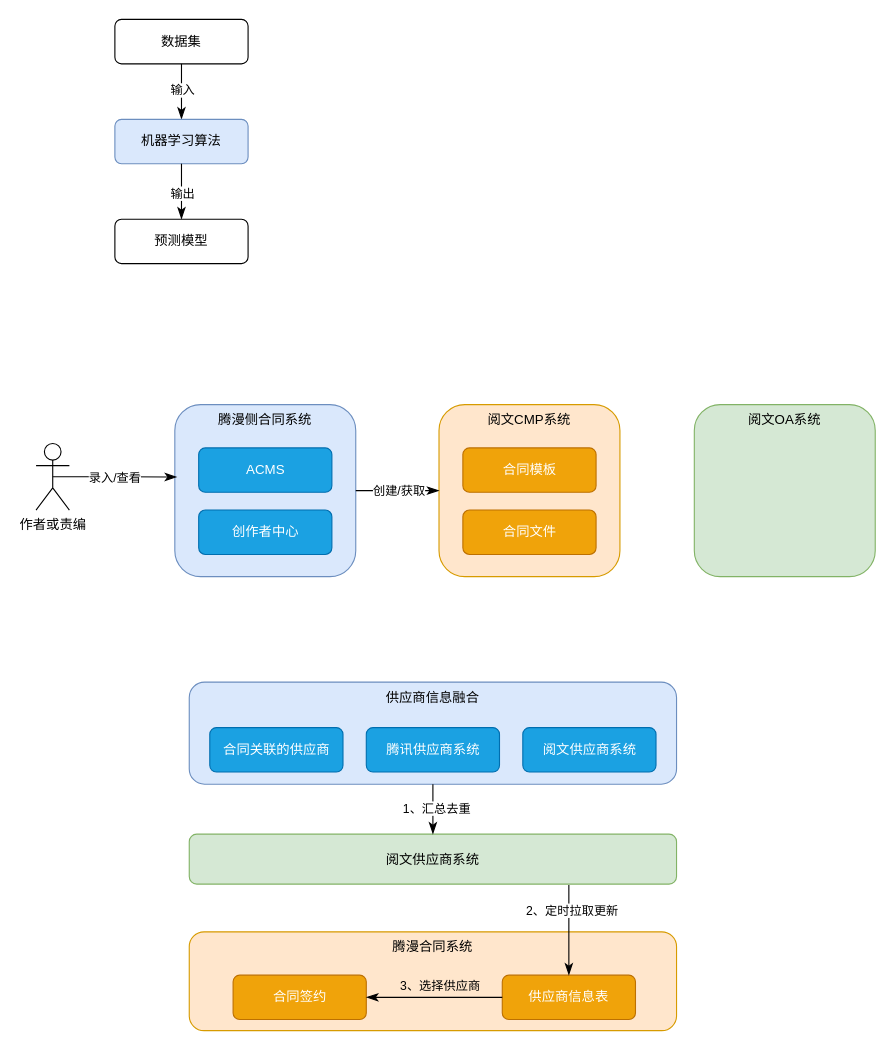
chenbei1989/draw keeps this draw.io diagram as ML.drawio. Above is the earlier version. Source tidied: cells renumbered, new cells numbered last; positions are measured from the earlier drawing's top-left corner, leaving out a move shared by most shapes. Both pictures are drawn from the tidied source at 111%, with x=0, y=0 at pixel (36, 19).
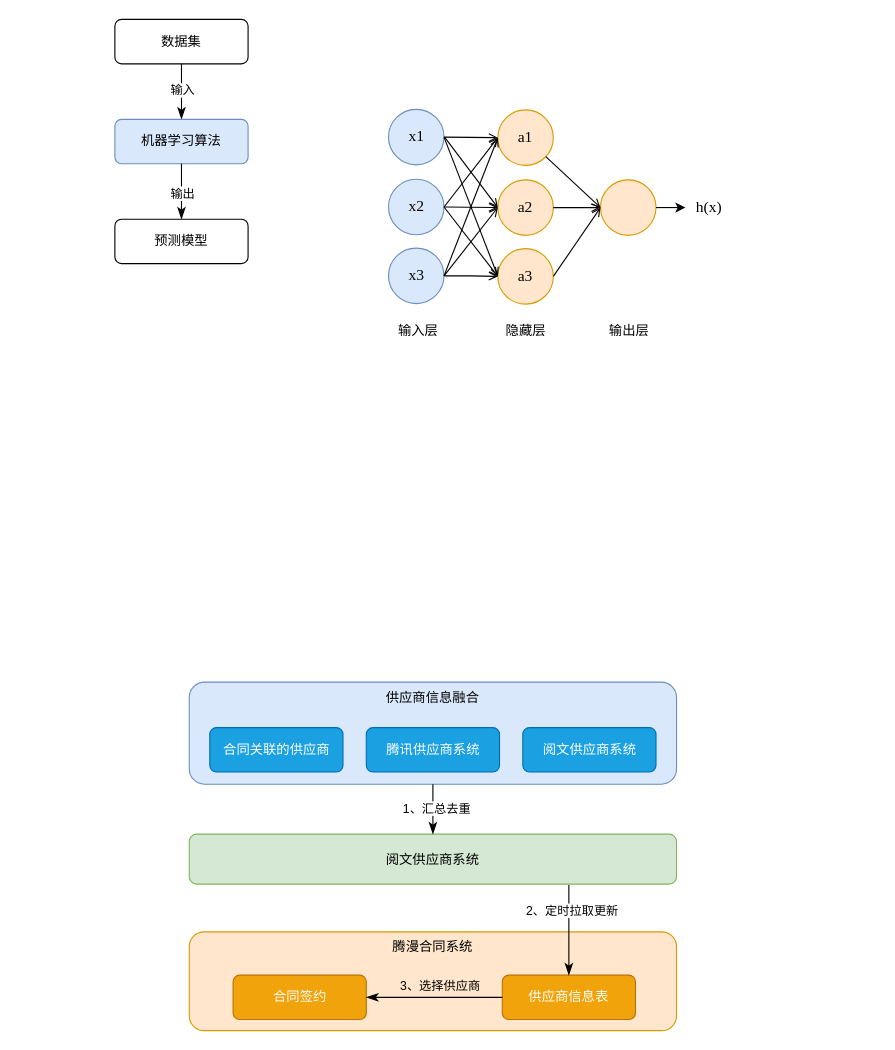
The same page after the edit.

Change to the diagram source:
```diff
@@
-    <mxCell id="9" value="作者或责编" style="shape=umlActor;verticalLabelPosition=bottom;verticalAlign=top;html=1;outlineConnect=0;" parent="1" vertex="1">
-      <mxGeometry y="382" width="30" height="60" as="geometry" />
-    </mxCell>
-    <mxCell id="10" value="腾漫侧合同系统" style="rounded=1;whiteSpace=wrap;html=1;fontSize=12;glass=0;strokeWidth=1;shadow=0;fillColor=#dae8fc;strokeColor=#6c8ebf;verticalAlign=top;" parent="1" vertex="1">
-      <mxGeometry x="125" y="347" width="163" height="155" as="geometry" />
-    </mxCell>
-    <mxCell id="11" value="ACMS" style="rounded=1;whiteSpace=wrap;html=1;fontSize=12;glass=0;strokeWidth=1;shadow=0;fillColor=#1ba1e2;strokeColor=#006EAF;fontColor=#ffffff;" parent="1" vertex="1">
-      <mxGeometry x="146.5" y="386" width="120" height="40" as="geometry" />
-    </mxCell>
-    <mxCell id="12" value="创作者中心" style="rounded=1;whiteSpace=wrap;html=1;fontSize=12;glass=0;strokeWidth=1;shadow=0;fillColor=#1ba1e2;strokeColor=#006EAF;fontColor=#ffffff;" parent="1" vertex="1">
-      <mxGeometry x="146.5" y="442" width="120" height="40" as="geometry" />
-    </mxCell>
-    <mxCell id="13" style="rounded=0;html=1;jettySize=auto;fontSize=11;endArrow=classicThin;endFill=1;endSize=8;strokeWidth=1;shadow=0;labelBackgroundColor=none;edgeStyle=orthogonalEdgeStyle;exitX=0.5;exitY=0.5;exitDx=0;exitDy=0;exitPerimeter=0;entryX=0.011;entryY=0.421;entryDx=0;entryDy=0;entryPerimeter=0;" parent="1" edge="1" source="9" target="10">
-      <mxGeometry y="20" relative="1" as="geometry" />
-    </mxCell>
-    <mxCell id="14" value="录入/查看" style="edgeLabel;html=1;align=center;verticalAlign=middle;" parent="13" vertex="1">
-      <mxGeometry x="-0.08" relative="1" as="geometry">
-        <mxPoint x="3" as="offset" />
-      </mxGeometry>
-    </mxCell>
-    <mxCell id="15" value="阅文CMP系统" style="rounded=1;whiteSpace=wrap;html=1;fontSize=12;glass=0;strokeWidth=1;shadow=0;fillColor=#ffe6cc;strokeColor=#d79b00;verticalAlign=top;" parent="1" vertex="1">
-      <mxGeometry x="363" y="347" width="163" height="155" as="geometry" />
-    </mxCell>
-    <mxCell id="16" style="rounded=0;html=1;jettySize=auto;fontSize=11;endArrow=classicThin;endFill=1;endSize=8;strokeWidth=1;shadow=0;labelBackgroundColor=none;edgeStyle=orthogonalEdgeStyle;" parent="1" edge="1" source="10" target="15">
-      <mxGeometry y="20" relative="1" as="geometry" />
-    </mxCell>
-    <mxCell id="17" value="创建/获取" style="edgeLabel;html=1;align=center;verticalAlign=middle;" parent="16" vertex="1">
-      <mxGeometry x="-0.08" relative="1" as="geometry">
-        <mxPoint x="3" as="offset" />
-      </mxGeometry>
-    </mxCell>
-    <mxCell id="18" value="合同模板" style="rounded=1;whiteSpace=wrap;html=1;fontSize=12;glass=0;strokeWidth=1;shadow=0;fillColor=#f0a30a;strokeColor=#BD7000;fontColor=#FFFFFF;" parent="1" vertex="1">
-      <mxGeometry x="384.5" y="386" width="120" height="40" as="geometry" />
-    </mxCell>
-    <mxCell id="19" value="合同文件" style="rounded=1;whiteSpace=wrap;html=1;fontSize=12;glass=0;strokeWidth=1;shadow=0;fillColor=#f0a30a;strokeColor=#BD7000;fontColor=#FFFFFF;" parent="1" vertex="1">
-      <mxGeometry x="384.5" y="442" width="120" height="40" as="geometry" />
-    </mxCell>
-    <mxCell id="20" value="阅文OA系统" style="rounded=1;whiteSpace=wrap;html=1;fontSize=12;glass=0;strokeWidth=1;shadow=0;fillColor=#d5e8d4;strokeColor=#82b366;verticalAlign=top;" parent="1" vertex="1">
-      <mxGeometry x="593" y="347" width="163" height="155" as="geometry" />
-    </mxCell>
@@
+    <mxCell id="35" value="&lt;font style=&quot;font-size: 14px;&quot;&gt;x1&lt;/font&gt;" style="ellipse;whiteSpace=wrap;html=1;fontFamily=Times New Roman;fillColor=#dae8fc;strokeColor=#6c8ebf;fontSize=14;" parent="1" vertex="1">
+      <mxGeometry x="317.5" y="81" width="50" height="50" as="geometry" />
+    </mxCell>
+    <mxCell id="36" value="&lt;font style=&quot;font-size: 14px;&quot;&gt;x2&lt;/font&gt;" style="ellipse;whiteSpace=wrap;html=1;fontFamily=Times New Roman;fillColor=#dae8fc;strokeColor=#6c8ebf;fontSize=14;" parent="1" vertex="1">
+      <mxGeometry x="317.5" y="144" width="50" height="50" as="geometry" />
+    </mxCell>
+    <mxCell id="37" style="edgeStyle=orthogonalEdgeStyle;rounded=0;jettySize=auto;html=1;endArrow=open;endFill=0;" parent="1" edge="1" source="38" target="41">
+      <mxGeometry relative="1" as="geometry" />
+    </mxCell>
+    <mxCell id="38" value="&lt;font style=&quot;font-size: 14px;&quot;&gt;x3&lt;/font&gt;" style="ellipse;whiteSpace=wrap;html=1;fontFamily=Times New Roman;fillColor=#dae8fc;strokeColor=#6c8ebf;fontSize=14;" parent="1" vertex="1">
+      <mxGeometry x="317.5" y="206" width="50" height="50" as="geometry" />
+    </mxCell>
+    <mxCell id="39" value="&lt;font style=&quot;font-size: 14px;&quot;&gt;a1&lt;/font&gt;" style="ellipse;whiteSpace=wrap;html=1;fontFamily=Times New Roman;fillColor=#ffe6cc;strokeColor=#d79b00;fontSize=14;" parent="1" vertex="1">
+      <mxGeometry x="416" y="81.5" width="50" height="50" as="geometry" />
+    </mxCell>
+    <mxCell id="40" value="a2" style="ellipse;whiteSpace=wrap;html=1;fontFamily=Times New Roman;fillColor=#ffe6cc;strokeColor=#d79b00;fontSize=14;" parent="1" vertex="1">
+      <mxGeometry x="416" y="144.5" width="50" height="50" as="geometry" />
+    </mxCell>
+    <mxCell id="41" value="a3" style="ellipse;whiteSpace=wrap;html=1;fontFamily=Times New Roman;fillColor=#ffe6cc;strokeColor=#d79b00;fontSize=14;" parent="1" vertex="1">
+      <mxGeometry x="416" y="206.5" width="50" height="50" as="geometry" />
+    </mxCell>
+    <mxCell id="42" style="ellipse;whiteSpace=wrap;html=1;fontFamily=Times New Roman;fillColor=#ffe6cc;strokeColor=#d79b00;fontSize=14;" parent="1" vertex="1">
+      <mxGeometry x="508.5" y="144.5" width="50" height="50" as="geometry" />
+    </mxCell>
+    <mxCell id="43" value="h(x)" style="text;html=1;align=center;verticalAlign=middle;points=[];strokeColor=none;fillColor=none;fontFamily=Times New Roman;fontSize=14;" parent="1" vertex="1">
+      <mxGeometry x="585" y="155" width="41" height="29" as="geometry" />
+    </mxCell>
+    <mxCell id="44" style="endArrow=classic;html=1;rounded=0;" parent="1" edge="1" source="42" target="43">
+      <mxGeometry relative="1" as="geometry" />
+    </mxCell>
+    <mxCell id="45" style="endArrow=open;html=1;rounded=0;entryX=0;entryY=0.5;entryDx=0;entryDy=0;exitX=1;exitY=0.5;exitDx=0;exitDy=0;endFill=0;" parent="1" edge="1" source="35" target="39">
+      <mxGeometry relative="1" as="geometry" />
+    </mxCell>
+    <mxCell id="46" style="endArrow=open;html=1;rounded=0;entryX=0;entryY=0.5;entryDx=0;entryDy=0;endFill=0;" parent="1" edge="1" target="40">
+      <mxGeometry relative="1" as="geometry">
+        <mxPoint x="368" y="106" as="sourcePoint" />
+      </mxGeometry>
+    </mxCell>
+    <mxCell id="47" style="endArrow=open;html=1;rounded=0;exitX=1;exitY=0.5;exitDx=0;exitDy=0;entryX=0;entryY=0.5;entryDx=0;entryDy=0;endFill=0;" parent="1" edge="1" source="35" target="41">
+      <mxGeometry relative="1" as="geometry" />
+    </mxCell>
+    <mxCell id="48" style="endArrow=open;html=1;rounded=0;exitX=1;exitY=0.5;exitDx=0;exitDy=0;entryX=0;entryY=0.5;entryDx=0;entryDy=0;endFill=0;" parent="1" edge="1" source="36" target="39">
+      <mxGeometry relative="1" as="geometry" />
+    </mxCell>
+    <mxCell id="49" style="endArrow=open;html=1;rounded=0;endFill=0;" parent="1" edge="1" source="36" target="40">
+      <mxGeometry relative="1" as="geometry" />
+    </mxCell>
+    <mxCell id="50" style="endArrow=open;html=1;rounded=0;exitX=1;exitY=0.5;exitDx=0;exitDy=0;entryX=0;entryY=0.5;entryDx=0;entryDy=0;endFill=0;" parent="1" edge="1" source="36" target="41">
+      <mxGeometry relative="1" as="geometry" />
+    </mxCell>
+    <mxCell id="51" style="endArrow=open;html=1;rounded=0;exitX=1;exitY=0.5;exitDx=0;exitDy=0;entryX=0;entryY=0.5;entryDx=0;entryDy=0;endFill=0;" parent="1" edge="1" source="38" target="40">
+      <mxGeometry relative="1" as="geometry" />
+    </mxCell>
+    <mxCell id="52" style="endArrow=open;html=1;rounded=0;entryX=0;entryY=0.5;entryDx=0;entryDy=0;exitX=1;exitY=0.5;exitDx=0;exitDy=0;endFill=0;" parent="1" edge="1" source="38" target="39">
+      <mxGeometry relative="1" as="geometry" />
+    </mxCell>
+    <mxCell id="53" style="endArrow=open;html=1;rounded=0;entryX=0;entryY=0.5;entryDx=0;entryDy=0;endFill=0;" parent="1" edge="1" source="39" target="42">
+      <mxGeometry relative="1" as="geometry" />
+    </mxCell>
+    <mxCell id="54" style="endArrow=open;html=1;rounded=0;entryX=0;entryY=0.5;entryDx=0;entryDy=0;endFill=0;" parent="1" edge="1" source="40" target="42">
+      <mxGeometry relative="1" as="geometry" />
+    </mxCell>
+    <mxCell id="55" style="endArrow=open;html=1;rounded=0;entryX=0;entryY=0.5;entryDx=0;entryDy=0;exitX=1;exitY=0.5;exitDx=0;exitDy=0;endFill=0;" parent="1" edge="1" source="41" target="42">
+      <mxGeometry relative="1" as="geometry" />
+    </mxCell>
+    <mxCell id="56" value="输入层" style="text;html=1;align=center;verticalAlign=middle;strokeColor=none;fillColor=none;fontFamily=Times New Roman;fontSize=12;" parent="1" vertex="1">
+      <mxGeometry x="317" y="268" width="54" height="26" as="geometry" />
+    </mxCell>
+    <mxCell id="57" value="隐藏层" style="text;html=1;align=center;verticalAlign=middle;strokeColor=none;fillColor=none;fontFamily=Times New Roman;fontSize=12;" parent="1" vertex="1">
+      <mxGeometry x="414" y="268" width="54" height="26" as="geometry" />
+    </mxCell>
+    <mxCell id="58" value="输出层" style="text;html=1;align=center;verticalAlign=middle;strokeColor=none;fillColor=none;fontFamily=Times New Roman;fontSize=12;" parent="1" vertex="1">
+      <mxGeometry x="506.5" y="268" width="54" height="26" as="geometry" />
+    </mxCell>
```
